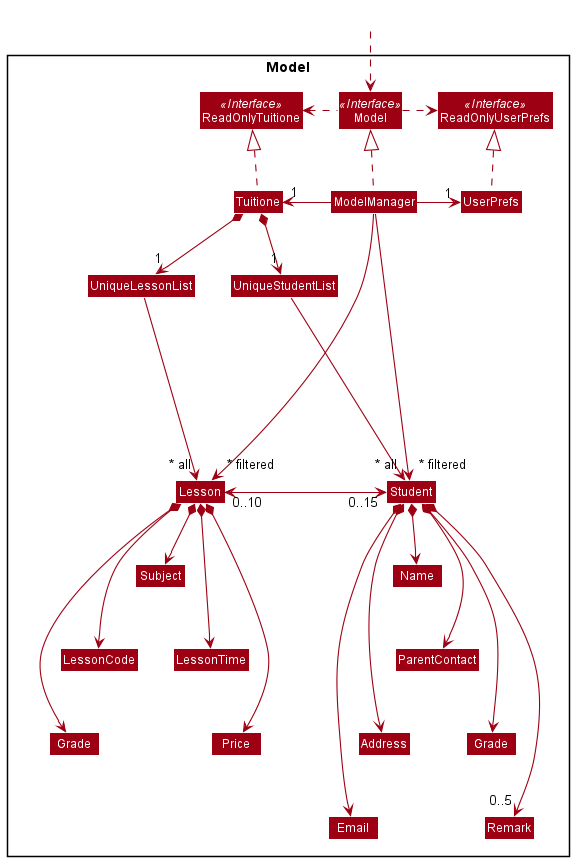
This is docs/images/DeveloperGuideImage/ModelClassDiagram.png from nus-cs2103-AY2122S1/tp, a PlantUML export, as it was before one commit.
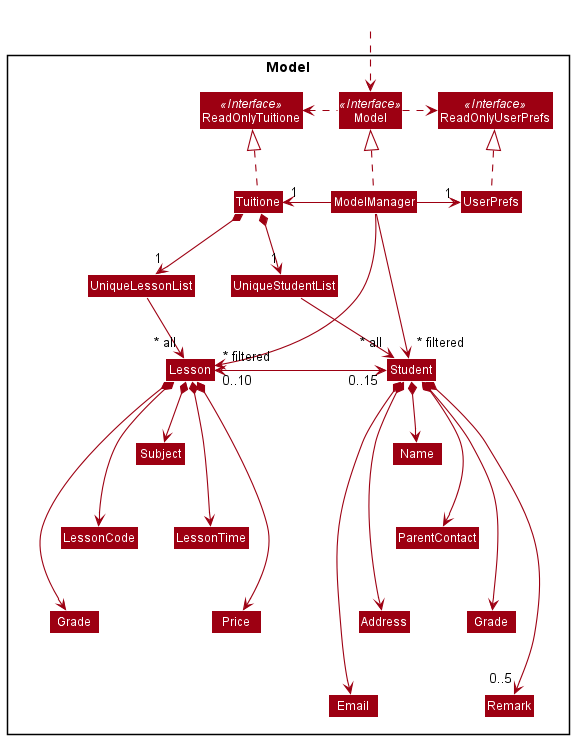
The same diagram one commit later.

Commit message:
Add reference guide diagram

Diff of the diagram source:
```diff
@@ -48,7 +48,7 @@
 UserPrefs .up.|> ReadOnlyUserPrefs
 
 Tuitione *--> "1" UniqueStudentList
-UniqueStudentList ----> "~* all" Student
+UniqueStudentList --> "~* all" Student
 Student *--> Name
 Student *--> ParentContact
 Student *--> Email
@@ -66,7 +66,7 @@
 UniqueStudentList --[hidden]right--> UniqueLessonList
 
 Tuitione *--> "1" UniqueLessonList
-UniqueLessonList --right--> "~* all" Lesson
+UniqueLessonList -right-> "~* all" Lesson
 Lesson *--> LessonCode
 Lesson *--> LessonTime
 Lesson *--> Price
@@ -81,6 +81,6 @@
 
 Student "0..15" <-left-> "0..10" Lesson
 
-ModelManager ----->"~* filtered" Student
-ModelManager ----->"~* filtered" Lesson
+ModelManager --->"~* filtered" Student
+ModelManager --->"~* filtered" Lesson
 @enduml
```
